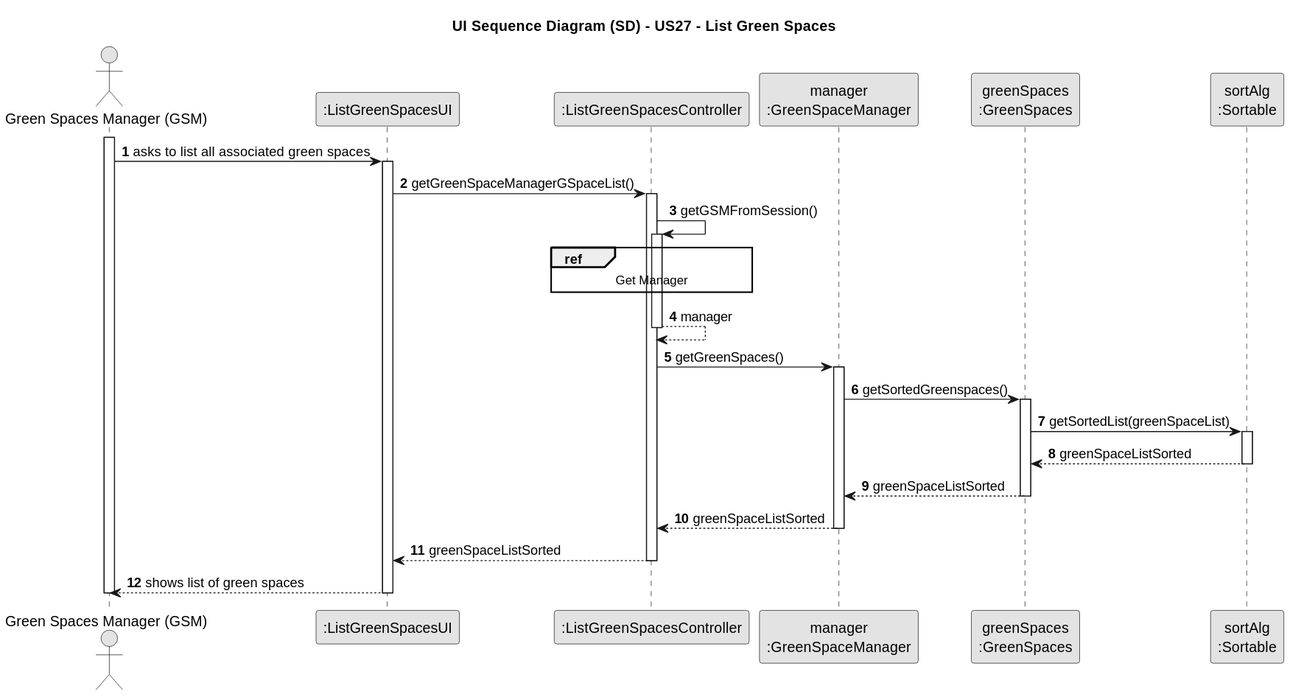
The PlantUML diagram docs/sprint3/us27/03.design/svg/us27-sequence-diagram.svg in Departamento-de-Engenharia-Informatica/lei-24-s2-1db-g022, before a commit.
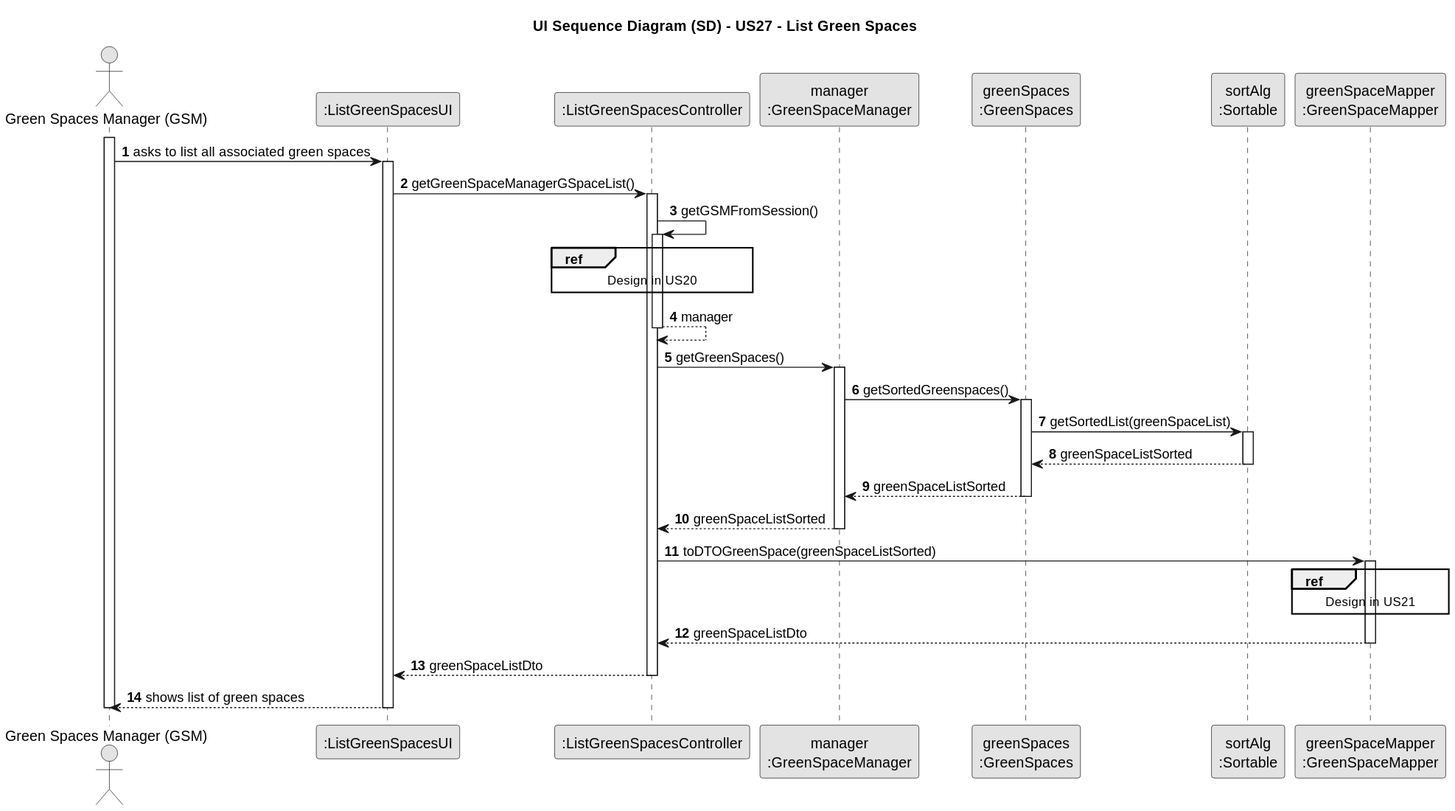
Later version of the same file.

What changed in the source:
```diff
@@ -13,6 +13,7 @@
 participant "manager\n:GreenSpaceManager" as GSMO
 participant "greenSpaces\n:GreenSpaces" as GSL
 participant "sortAlg\n:Sortable" as SA
+participant "greenSpaceMapper\n:GreenSpaceMapper" as GSMP
 
 activate GSM
 
@@ -26,7 +27,7 @@
     activate CTRL
 
         ref over CTRL
-            Get Manager
+            Design in US20
         end ref
 
         CTRL --> CTRL : manager
@@ -50,7 +51,17 @@
         GSMO --> CTRL : greenSpaceListSorted
     deactivate GSMO
 
-        CTRL --> UI : greenSpaceListSorted
+        CTRL -> GSMP : toDTOGreenSpace(greenSpaceListSorted)
+    activate GSMP
+
+        ref over GSMP
+            Design in US21
+        end ref
+
+       GSMP --> CTRL : greenSpaceListDto
+    deactivate GSMP
+
+        CTRL --> UI : greenSpaceListDto
     deactivate CTRL
 
         UI --> GSM : shows list of green spaces
```
